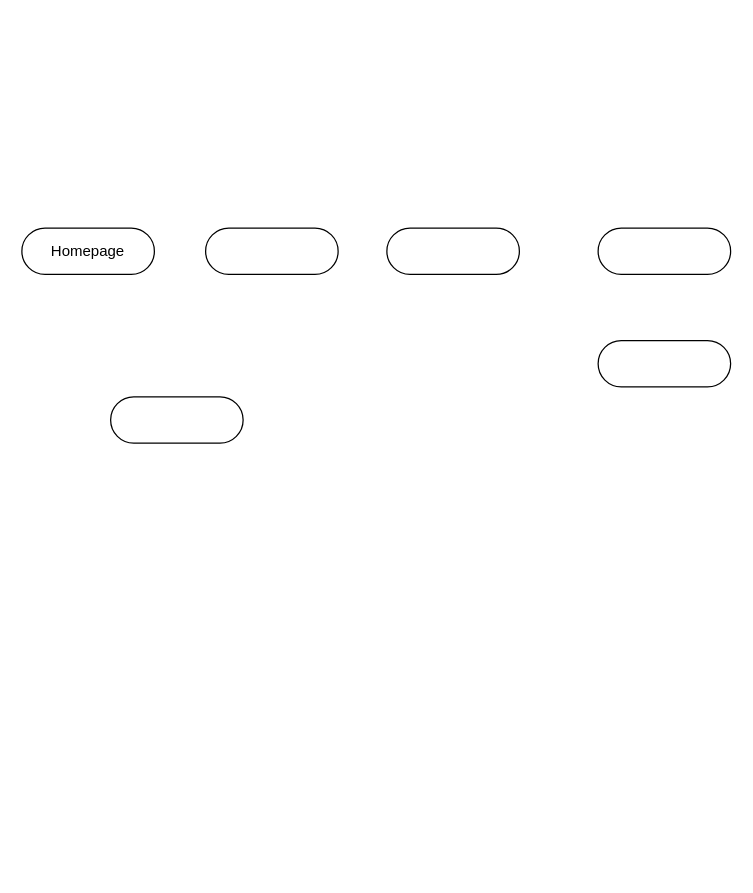
The draw.io diagram userflow daily report.drawio in wdyrt/webdesain, before the edit. Source tidied: cells renumbered, new cells numbered last; positions are measured from the earlier drawing's top-left corner, leaving out a move shared by most shapes. Both pictures are drawn from the tidied source at 125%, with x=0, y=0 at pixel (21, 228).
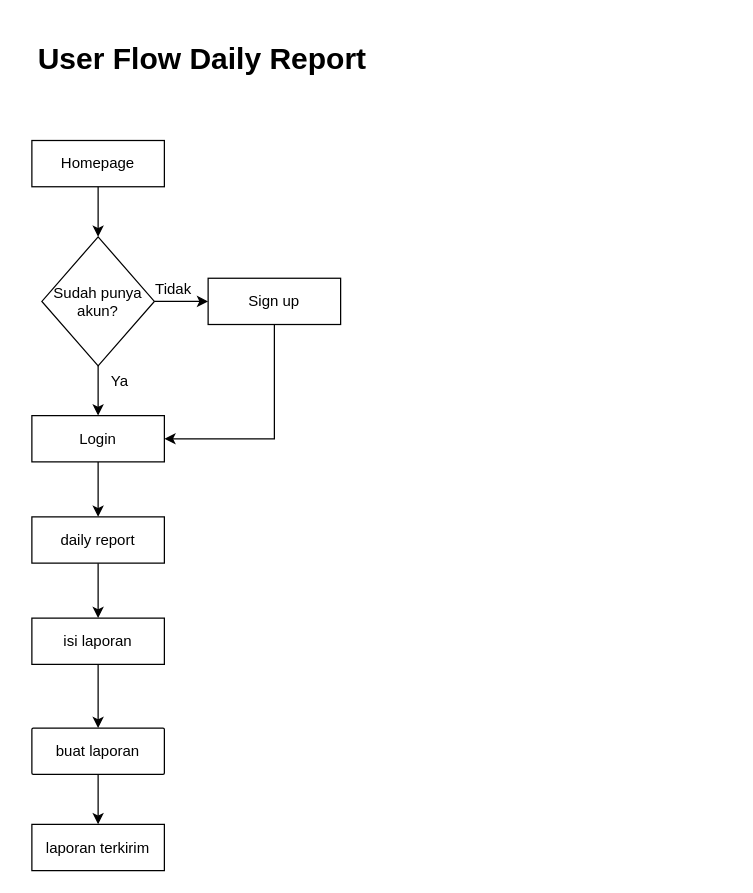
After the change.

What changed in the source:
```diff
@@
+    <mxCell id="8" style="edgeStyle=orthogonalEdgeStyle;rounded=0;jettySize=auto;html=1;" parent="1" edge="1" source="2" target="14">
+      <mxGeometry relative="1" as="geometry" />
+    </mxCell>
-    <mxCell id="2" value="Homepage" style="rounded=1;whiteSpace=wrap;html=1;arcSize=50;" parent="1" vertex="1">
-      <mxGeometry width="106" height="37" as="geometry" />
+    <mxCell id="2" value="Homepage" style="rounded=1;whiteSpace=wrap;html=1;arcSize=0;" parent="1" vertex="1">
+      <mxGeometry x="8" y="-70.1" width="106" height="37" as="geometry" />
     </mxCell>
+    <mxCell id="9" style="edgeStyle=orthogonalEdgeStyle;rounded=0;jettySize=auto;html=1;exitX=0.5;exitY=1;exitDx=0;exitDy=0;entryX=0.5;entryY=0;entryDx=0;entryDy=0;" parent="1" edge="1" source="3" target="5">
+      <mxGeometry relative="1" as="geometry" />
+    </mxCell>
-    <mxCell id="3" style="rounded=1;whiteSpace=wrap;html=1;arcSize=50;" parent="1" vertex="1">
-      <mxGeometry x="461" width="106" height="37" as="geometry" />
+    <mxCell id="3" value="buat laporan" style="rounded=1;whiteSpace=wrap;html=1;arcSize=3;" parent="1" vertex="1">
+      <mxGeometry x="8" y="400" width="106" height="37" as="geometry" />
     </mxCell>
-    <mxCell id="4" style="rounded=1;whiteSpace=wrap;html=1;arcSize=50;" parent="1" vertex="1">
-      <mxGeometry x="71" y="135" width="106" height="37" as="geometry" />
-    </mxCell>
-    <mxCell id="5" style="rounded=1;whiteSpace=wrap;html=1;arcSize=50;" parent="1" vertex="1">
-      <mxGeometry x="461" y="90" width="106" height="37" as="geometry" />
+    <mxCell id="5" value="laporan terkirim" style="rounded=1;whiteSpace=wrap;html=1;arcSize=0;" parent="1" vertex="1">
+      <mxGeometry x="8" y="477" width="106" height="37" as="geometry" />
     </mxCell>
+    <mxCell id="10" style="edgeStyle=orthogonalEdgeStyle;rounded=0;jettySize=auto;html=1;exitX=0.5;exitY=1;exitDx=0;exitDy=0;entryX=0.5;entryY=0;entryDx=0;entryDy=0;" parent="1" edge="1" source="6" target="7">
+      <mxGeometry relative="1" as="geometry" />
+    </mxCell>
-    <mxCell id="6" style="rounded=1;whiteSpace=wrap;html=1;arcSize=50;" parent="1" vertex="1">
-      <mxGeometry x="147" width="106" height="37" as="geometry" />
+    <mxCell id="6" value="daily report" style="rounded=1;whiteSpace=wrap;html=1;arcSize=0;" parent="1" vertex="1">
+      <mxGeometry x="8" y="231" width="106" height="37" as="geometry" />
     </mxCell>
+    <mxCell id="11" style="edgeStyle=orthogonalEdgeStyle;rounded=0;jettySize=auto;html=1;exitX=0.5;exitY=1;exitDx=0;exitDy=0;entryX=0.5;entryY=0;entryDx=0;entryDy=0;" parent="1" edge="1" source="7" target="3">
+      <mxGeometry relative="1" as="geometry" />
+    </mxCell>
-    <mxCell id="7" style="rounded=1;whiteSpace=wrap;html=1;arcSize=50;" parent="1" vertex="1">
-      <mxGeometry x="292" width="106" height="37" as="geometry" />
+    <mxCell id="7" value="isi laporan" style="rounded=1;whiteSpace=wrap;html=1;arcSize=0;" parent="1" vertex="1">
+      <mxGeometry x="8" y="312" width="106" height="37" as="geometry" />
     </mxCell>
+    <mxCell id="12" style="edgeStyle=orthogonalEdgeStyle;rounded=0;jettySize=auto;html=1;exitX=0.5;exitY=1;exitDx=0;exitDy=0;entryX=0.5;entryY=0;entryDx=0;entryDy=0;" parent="1" edge="1" source="14" target="18">
+      <mxGeometry relative="1" as="geometry" />
+    </mxCell>
+    <mxCell id="13" style="edgeStyle=orthogonalEdgeStyle;rounded=0;jettySize=auto;html=1;exitX=1;exitY=0.5;exitDx=0;exitDy=0;entryX=0;entryY=0.5;entryDx=0;entryDy=0;" parent="1" edge="1" source="14" target="16">
+      <mxGeometry relative="1" as="geometry" />
+    </mxCell>
+    <mxCell id="14" value="Sudah punya akun?" style="rhombus;whiteSpace=wrap;html=1;rounded=1;arcSize=0;" parent="1" vertex="1">
+      <mxGeometry x="16" y="7" width="90" height="103.2" as="geometry" />
+    </mxCell>
+    <mxCell id="15" style="edgeStyle=orthogonalEdgeStyle;rounded=0;jettySize=auto;html=1;exitX=0.5;exitY=1;exitDx=0;exitDy=0;entryX=1;entryY=0.5;entryDx=0;entryDy=0;" parent="1" edge="1" source="16" target="18">
+      <mxGeometry relative="1" as="geometry" />
+    </mxCell>
+    <mxCell id="16" value="Sign up" style="rounded=1;whiteSpace=wrap;html=1;arcSize=0;" parent="1" vertex="1">
+      <mxGeometry x="149" y="40.1" width="106" height="37" as="geometry" />
+    </mxCell>
+    <mxCell id="17" style="edgeStyle=orthogonalEdgeStyle;rounded=0;jettySize=auto;html=1;exitX=0.5;exitY=1;exitDx=0;exitDy=0;entryX=0.5;entryY=0;entryDx=0;entryDy=0;" parent="1" edge="1" source="18" target="6">
+      <mxGeometry relative="1" as="geometry" />
+    </mxCell>
+    <mxCell id="18" value="Login" style="rounded=1;whiteSpace=wrap;html=1;arcSize=0;" parent="1" vertex="1">
+      <mxGeometry x="8" y="150" width="106" height="37" as="geometry" />
+    </mxCell>
+    <mxCell id="19" value="Tidak" style="text;html=1;align=center;verticalAlign=middle;fillColor=none;" parent="1" vertex="1">
+      <mxGeometry x="101" y="40.1" width="39" height="18" as="geometry" />
+    </mxCell>
+    <mxCell id="20" value="Ya" style="text;html=1;align=center;verticalAlign=middle;fillColor=none;" parent="1" vertex="1">
+      <mxGeometry x="66" y="114" width="24" height="18" as="geometry" />
+    </mxCell>
+    <mxCell id="21" value="&lt;h1&gt;User Flow Daily Report&lt;/h1&gt;" style="text;html=1;align=center;verticalAlign=middle;strokeColor=none;fillColor=none;" parent="1" vertex="1">
+      <mxGeometry x="8" y="-160" width="272" height="50" as="geometry" />
+    </mxCell>
```
